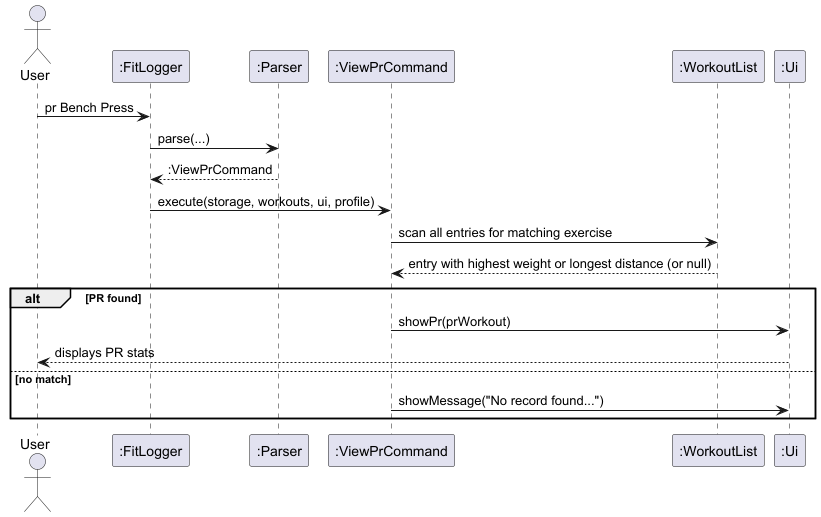
Earlier version of the PlantUML export docs/images/ViewPrSequenceDiagram.png (AY2526S2-CS2113-F09-1/tp). Source of this version:
```plantuml
@startuml
actor User
participant ":FitLogger" as FL
participant ":Parser" as P
participant ":ViewPrCommand" as CMD
participant ":WorkoutList" as WL
participant ":Ui" as UI

User -> FL : pr Bench Press
FL -> P : parse(...)
P --> FL : :ViewPrCommand
FL -> CMD : execute(storage, workouts, ui, profile)
CMD -> WL : scan all entries for matching exercise
WL --> CMD : entry with highest weight or longest distance (or null)
alt PR found
    CMD -> UI : showPr(prWorkout)
    UI --> User : displays PR stats
else no match
    CMD -> UI : showMessage("No record found...")
end
@enduml
```
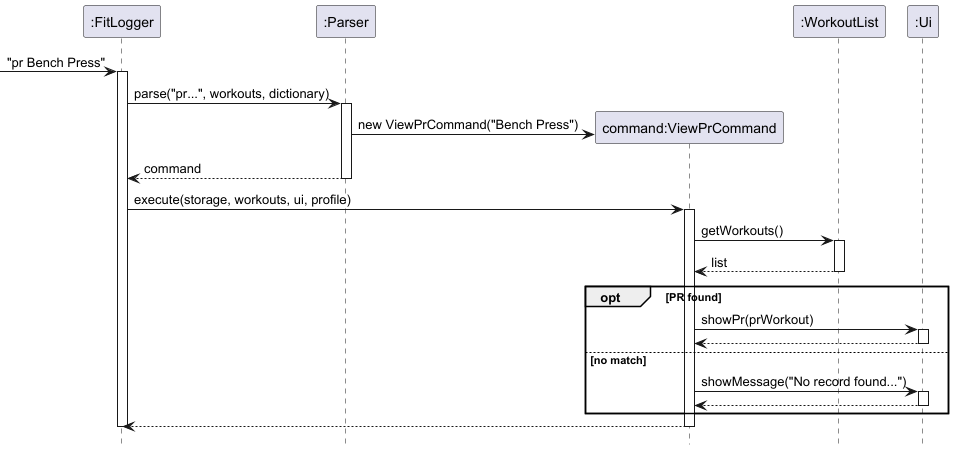
The same file after the commit.

What changed in the source:
```diff
@@ -1,21 +1,43 @@
 @startuml
-actor User
+hide footbox
+
 participant ":FitLogger" as FL
 participant ":Parser" as P
-participant ":ViewPrCommand" as CMD
+participant "command:ViewPrCommand" as CMD
 participant ":WorkoutList" as WL
 participant ":Ui" as UI
 
-User -> FL : pr Bench Press
-FL -> P : parse(...)
-P --> FL : :ViewPrCommand
+-> FL : "pr Bench Press"
+activate FL
+
+FL -> P : parse("pr...", workouts, dictionary)
+activate P
+
+P -> CMD ** : new ViewPrCommand("Bench Press")
+P --> FL : command
+deactivate P
+
 FL -> CMD : execute(storage, workouts, ui, profile)
-CMD -> WL : scan all entries for matching exercise
-WL --> CMD : entry with highest weight or longest distance (or null)
-alt PR found
+activate CMD
+
+CMD -> WL : getWorkouts()
+activate WL
+WL --> CMD : list
+deactivate WL
+
+opt PR found
     CMD -> UI : showPr(prWorkout)
-    UI --> User : displays PR stats
+    activate UI
+    UI --> CMD
+    deactivate UI
 else no match
     CMD -> UI : showMessage("No record found...")
+    activate UI
+    UI --> CMD
+    deactivate UI
 end
+
+CMD --> FL
+deactivate CMD
+deactivate FL
 @enduml
```
